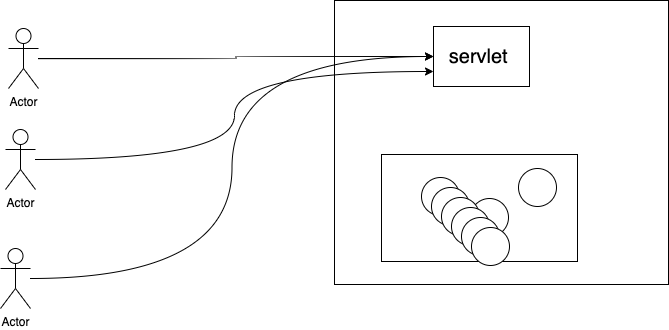
This is images/18-node-tdd.drawio.png from adithnaveen/sapient-freshers-2021-jun-asde, a draw.io export, as it was before one commit. Source tidied: cells renumbered, new cells last; positions are measured from the earlier drawing's top-left corner, leaving out a move shared by most shapes.
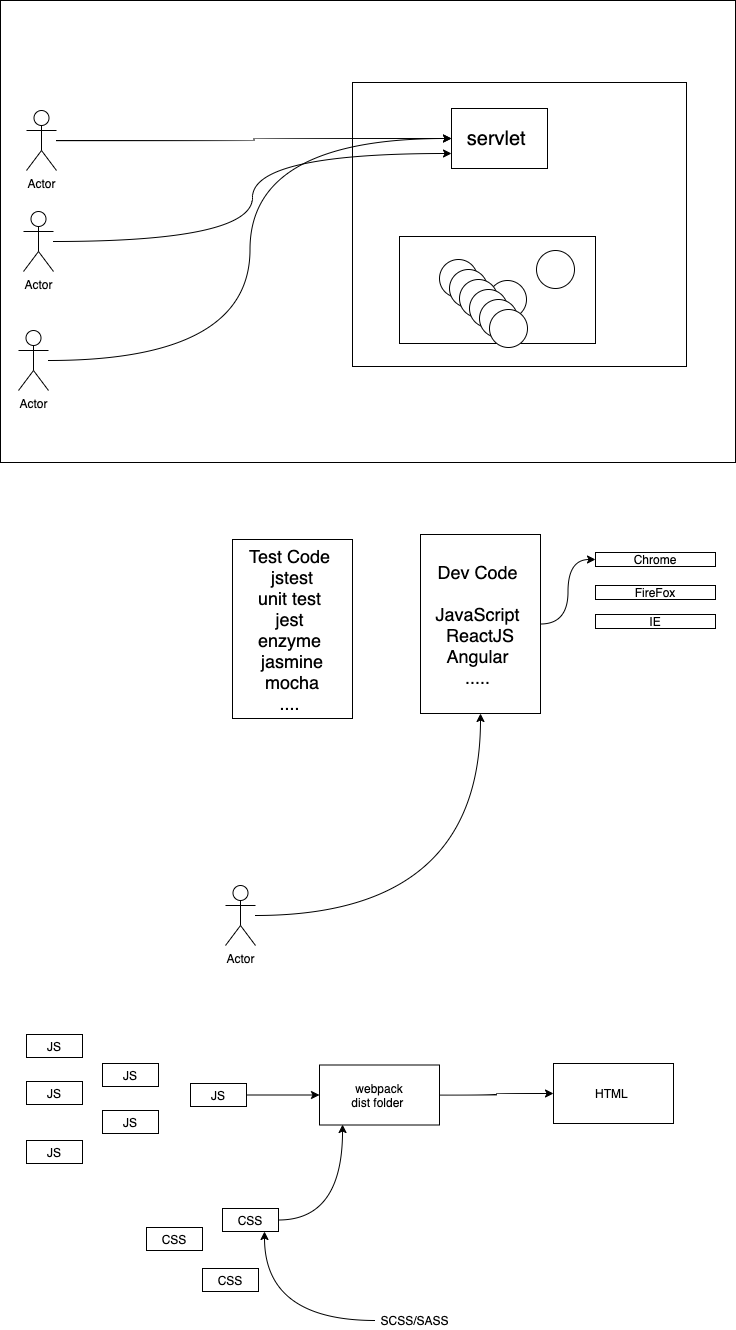
Above is the later version.

The edit, as a diff of the source:
```diff
@@ -2,6 +2,9 @@
   <root>
     <mxCell id="0" />
     <mxCell id="1" parent="0" />
+    <mxCell id="19" style="rounded=0;whiteSpace=wrap;html=1;" parent="1" vertex="1">
+      <mxGeometry x="-18" y="-82" width="735" height="462" as="geometry" />
+    </mxCell>
     <mxCell id="2" style="rounded=0;whiteSpace=wrap;html=1;" parent="1" vertex="1">
       <mxGeometry x="334" width="334" height="284" as="geometry" />
     </mxCell>
@@ -53,5 +56,77 @@
     <mxCell id="18" style="ellipse;whiteSpace=wrap;html=1;" parent="1" vertex="1">
       <mxGeometry x="471" y="227" width="38" height="38" as="geometry" />
     </mxCell>
+    <mxCell id="20" style="edgeStyle=orthogonalEdgeStyle;curved=1;rounded=0;jettySize=auto;html=1;" parent="1" edge="1" source="21" target="25">
+      <mxGeometry relative="1" as="geometry" />
+    </mxCell>
+    <mxCell id="21" value="&lt;font style=&quot;font-size: 18px&quot;&gt;Dev Code&amp;nbsp;&lt;br&gt;&lt;br&gt;JavaScript&amp;nbsp;&lt;br&gt;ReactJS&lt;br&gt;Angular&amp;nbsp;&lt;br&gt;.....&amp;nbsp;&lt;/font&gt;" style="rounded=0;whiteSpace=wrap;html=1;" parent="1" vertex="1">
+      <mxGeometry x="402" y="452" width="120" height="179" as="geometry" />
+    </mxCell>
+    <mxCell id="22" value="&lt;font style=&quot;font-size: 18px&quot;&gt;Test Code&amp;nbsp;&lt;br&gt;jstest&lt;br&gt;unit test&amp;nbsp;&lt;br&gt;jest&amp;nbsp;&lt;br&gt;enzyme&amp;nbsp;&lt;br&gt;jasmine&lt;br&gt;mocha&lt;br&gt;....&amp;nbsp;&lt;br&gt;&lt;/font&gt;" style="rounded=0;whiteSpace=wrap;html=1;" parent="1" vertex="1">
+      <mxGeometry x="214" y="457" width="120" height="179" as="geometry" />
+    </mxCell>
+    <mxCell id="23" style="edgeStyle=orthogonalEdgeStyle;curved=1;rounded=0;jettySize=auto;html=1;entryX=0.5;entryY=1;entryDx=0;entryDy=0;" parent="1" edge="1" source="24" target="21">
+      <mxGeometry relative="1" as="geometry" />
+    </mxCell>
+    <mxCell id="24" value="Actor" style="shape=umlActor;verticalLabelPosition=bottom;verticalAlign=top;html=1;outlineConnect=0;" parent="1" vertex="1">
+      <mxGeometry x="207" y="803" width="30" height="60" as="geometry" />
+    </mxCell>
+    <mxCell id="25" value="Chrome" style="rounded=0;whiteSpace=wrap;html=1;" parent="1" vertex="1">
+      <mxGeometry x="577" y="470" width="120" height="14" as="geometry" />
+    </mxCell>
+    <mxCell id="26" value="FireFox" style="rounded=0;whiteSpace=wrap;html=1;" parent="1" vertex="1">
+      <mxGeometry x="577" y="503" width="120" height="14" as="geometry" />
+    </mxCell>
+    <mxCell id="27" value="IE" style="rounded=0;whiteSpace=wrap;html=1;" parent="1" vertex="1">
+      <mxGeometry x="577" y="532" width="120" height="14" as="geometry" />
+    </mxCell>
+    <mxCell id="28" value="JS" style="rounded=0;whiteSpace=wrap;html=1;" parent="1" vertex="1">
+      <mxGeometry x="8" y="952" width="56" height="23" as="geometry" />
+    </mxCell>
+    <mxCell id="29" value="JS" style="rounded=0;whiteSpace=wrap;html=1;" parent="1" vertex="1">
+      <mxGeometry x="8" y="999" width="56" height="23" as="geometry" />
+    </mxCell>
+    <mxCell id="30" value="JS" style="rounded=0;whiteSpace=wrap;html=1;" parent="1" vertex="1">
+      <mxGeometry x="8" y="1058" width="56" height="23" as="geometry" />
+    </mxCell>
+    <mxCell id="31" value="JS" style="rounded=0;whiteSpace=wrap;html=1;" parent="1" vertex="1">
+      <mxGeometry x="84" y="981" width="56" height="23" as="geometry" />
+    </mxCell>
+    <mxCell id="32" value="JS" style="rounded=0;whiteSpace=wrap;html=1;" parent="1" vertex="1">
+      <mxGeometry x="84" y="1028" width="56" height="23" as="geometry" />
+    </mxCell>
+    <mxCell id="33" style="edgeStyle=orthogonalEdgeStyle;curved=1;rounded=0;jettySize=auto;html=1;" parent="1" edge="1" source="34" target="36">
+      <mxGeometry relative="1" as="geometry" />
+    </mxCell>
+    <mxCell id="34" value="JS" style="rounded=0;whiteSpace=wrap;html=1;" parent="1" vertex="1">
+      <mxGeometry x="172" y="1001" width="56" height="23" as="geometry" />
+    </mxCell>
+    <mxCell id="35" style="edgeStyle=orthogonalEdgeStyle;rounded=0;jettySize=auto;html=1;curved=1;" parent="1" edge="1" source="36" target="43">
+      <mxGeometry relative="1" as="geometry" />
+    </mxCell>
+    <mxCell id="36" value="webpack&lt;br&gt;dist folder&amp;nbsp;" style="rounded=0;whiteSpace=wrap;html=1;" parent="1" vertex="1">
+      <mxGeometry x="301" y="982.5" width="120" height="60" as="geometry" />
+    </mxCell>
+    <mxCell id="37" style="edgeStyle=orthogonalEdgeStyle;curved=1;rounded=0;jettySize=auto;html=1;entryX=0.192;entryY=0.992;entryDx=0;entryDy=0;entryPerimeter=0;" parent="1" edge="1" source="38" target="36">
+      <mxGeometry relative="1" as="geometry" />
+    </mxCell>
+    <mxCell id="38" value="CSS" style="rounded=0;whiteSpace=wrap;html=1;" parent="1" vertex="1">
+      <mxGeometry x="204" y="1126" width="56" height="23" as="geometry" />
+    </mxCell>
+    <mxCell id="39" value="CSS" style="rounded=0;whiteSpace=wrap;html=1;" parent="1" vertex="1">
+      <mxGeometry x="128" y="1145" width="56" height="23" as="geometry" />
+    </mxCell>
+    <mxCell id="40" value="CSS" style="rounded=0;whiteSpace=wrap;html=1;" parent="1" vertex="1">
+      <mxGeometry x="184" y="1186" width="56" height="23" as="geometry" />
+    </mxCell>
+    <mxCell id="41" style="edgeStyle=orthogonalEdgeStyle;curved=1;rounded=0;jettySize=auto;html=1;entryX=0.75;entryY=1;entryDx=0;entryDy=0;" parent="1" edge="1" source="42" target="38">
+      <mxGeometry relative="1" as="geometry" />
+    </mxCell>
+    <mxCell id="42" value="SCSS/SASS" style="text;html=1;align=center;verticalAlign=middle;points=[];strokeColor=none;" parent="1" vertex="1">
+      <mxGeometry x="357" y="1229" width="78" height="18" as="geometry" />
+    </mxCell>
+    <mxCell id="43" value="HTML&amp;nbsp;" style="rounded=0;whiteSpace=wrap;html=1;" parent="1" vertex="1">
+      <mxGeometry x="535" y="981" width="120" height="60" as="geometry" />
+    </mxCell>
   </root>
 </mxGraphModel>
```
